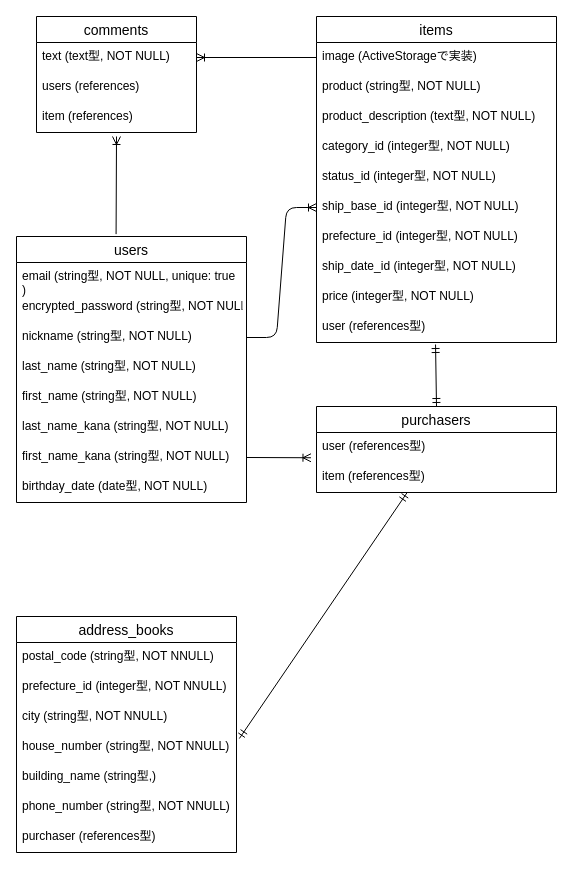
The draw.io diagram furima.dio in yudai-simoma/furima-35043, before the edit. Source tidied: cells renumbered, new cells numbered last; positions are measured from the earlier drawing's top-left corner, leaving out a move shared by most shapes. Both pictures are drawn from the tidied source at 100%, with x=0, y=0 at pixel (16, 16).
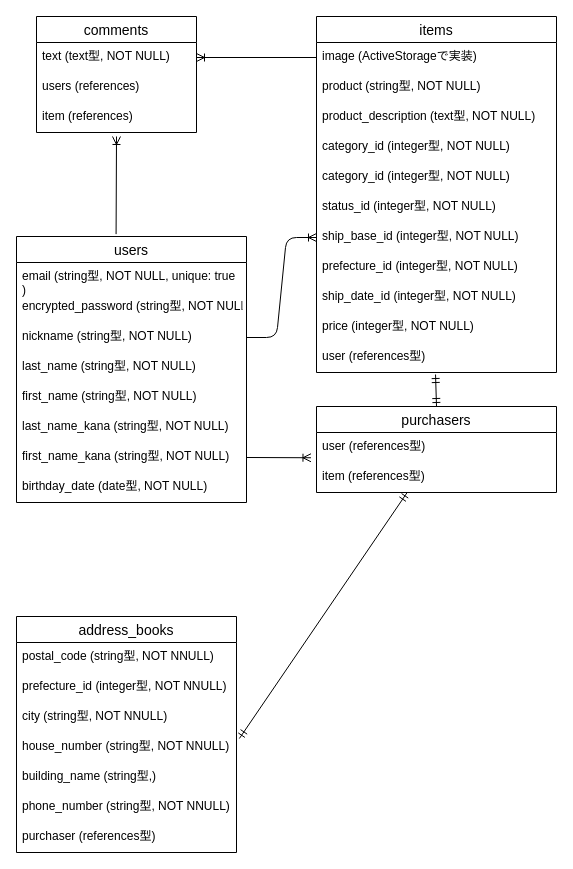
The same page after the edit.

Change to the diagram source:
```diff
@@
     <mxCell id="11" value="items" style="swimlane;fontStyle=0;horizontal=1;startSize=26;align=center;fontSize=14;" parent="1" vertex="1">
-      <mxGeometry x="300" width="240" height="326" as="geometry" />
+      <mxGeometry x="300" width="240" height="356" as="geometry" />
     </mxCell>
@@
+    <mxCell id="43" value="category_id (integer型, NOT NULL)" style="text;strokeColor=none;fillColor=none;spacingLeft=4;spacingRight=4;overflow=hidden;fontSize=12;" parent="11" vertex="1">
+      <mxGeometry y="116" width="240" height="30" as="geometry" />
+    </mxCell>
     <mxCell id="15" value="category_id (integer型, NOT NULL)" style="text;strokeColor=none;fillColor=none;spacingLeft=4;spacingRight=4;overflow=hidden;fontSize=12;" parent="11" vertex="1">
-      <mxGeometry y="116" width="240" height="30" as="geometry" />
+      <mxGeometry y="146" width="240" height="30" as="geometry" />
     </mxCell>
     <mxCell id="16" value="status_id (integer型, NOT NULL)" style="text;strokeColor=none;fillColor=none;spacingLeft=4;spacingRight=4;overflow=hidden;fontSize=12;" parent="11" vertex="1">
-      <mxGeometry y="146" width="240" height="30" as="geometry" />
+      <mxGeometry y="176" width="240" height="30" as="geometry" />
     </mxCell>
     <mxCell id="17" value="ship_base_id (integer型, NOT NULL)" style="text;strokeColor=none;fillColor=none;spacingLeft=4;spacingRight=4;overflow=hidden;points=[[0,0.5],[1,0.5]];portConstraint=eastwest;fontSize=12;" parent="11" vertex="1">
-      <mxGeometry y="176" width="240" height="30" as="geometry" />
+      <mxGeometry y="206" width="240" height="30" as="geometry" />
     </mxCell>
     <mxCell id="18" value="prefecture_id (integer型, NOT NULL)" style="text;strokeColor=none;fillColor=none;spacingLeft=4;spacingRight=4;overflow=hidden;fontSize=12;" parent="11" vertex="1">
-      <mxGeometry y="206" width="240" height="30" as="geometry" />
+      <mxGeometry y="236" width="240" height="30" as="geometry" />
     </mxCell>
     <mxCell id="19" value="ship_date_id (integer型, NOT NULL)" style="text;strokeColor=none;fillColor=none;spacingLeft=4;spacingRight=4;overflow=hidden;fontSize=12;" parent="11" vertex="1">
-      <mxGeometry y="236" width="240" height="30" as="geometry" />
+      <mxGeometry y="266" width="240" height="30" as="geometry" />
     </mxCell>
     <mxCell id="20" value="price (integer型, NOT NULL)" style="text;strokeColor=none;fillColor=none;spacingLeft=4;spacingRight=4;overflow=hidden;fontSize=12;" parent="11" vertex="1">
-      <mxGeometry y="266" width="240" height="30" as="geometry" />
+      <mxGeometry y="296" width="240" height="30" as="geometry" />
     </mxCell>
     <mxCell id="21" value="user (references型)" style="text;strokeColor=none;fillColor=none;spacingLeft=4;spacingRight=4;overflow=hidden;points=[[0,0.5],[1,0.5]];portConstraint=eastwest;fontSize=12;" parent="11" vertex="1">
-      <mxGeometry y="296" width="240" height="30" as="geometry" />
+      <mxGeometry y="326" width="240" height="30" as="geometry" />
     </mxCell>
```
